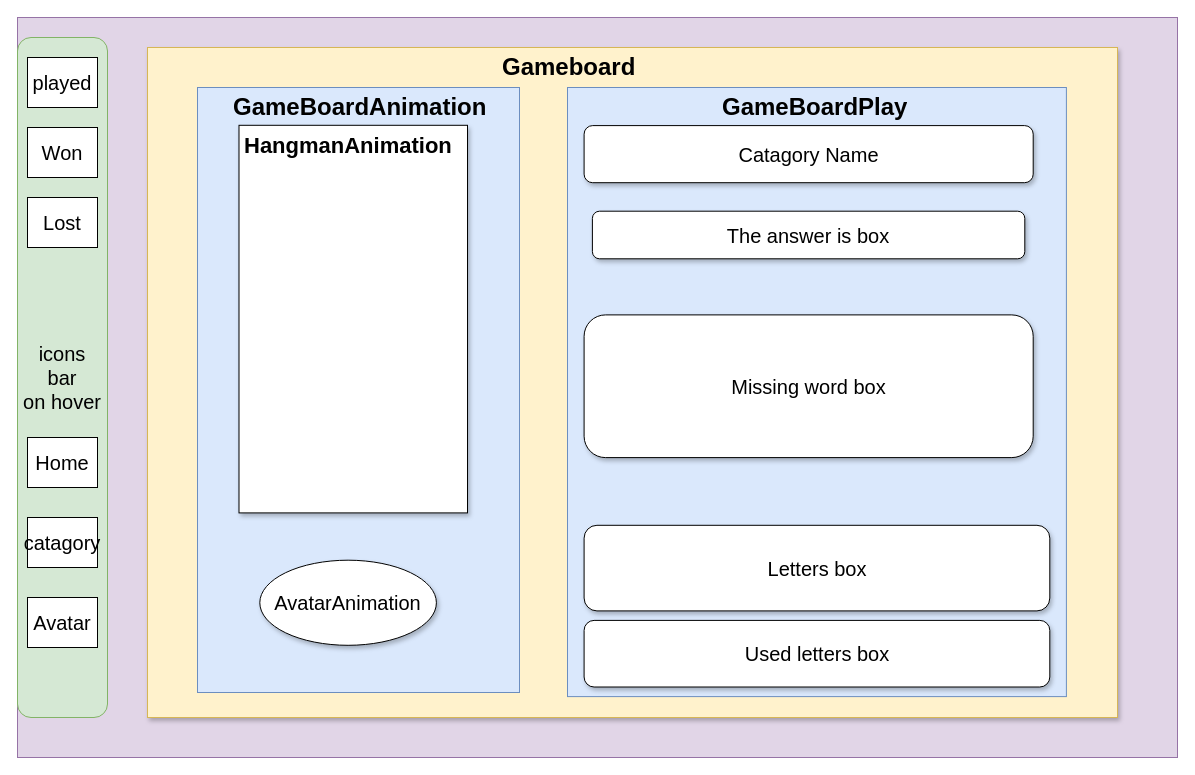
Before: page "game board" (1 of 3) of planing/xdc.drawio in t-bendet/potter-hangman, a draw.io diagram. Source tidied: cells renumbered, new cells numbered last; positions are measured from the earlier drawing's top-left corner, leaving out a move shared by most shapes. Both pictures are drawn from the tidied source at 100%, with x=0, y=0 at pixel (17, 17).
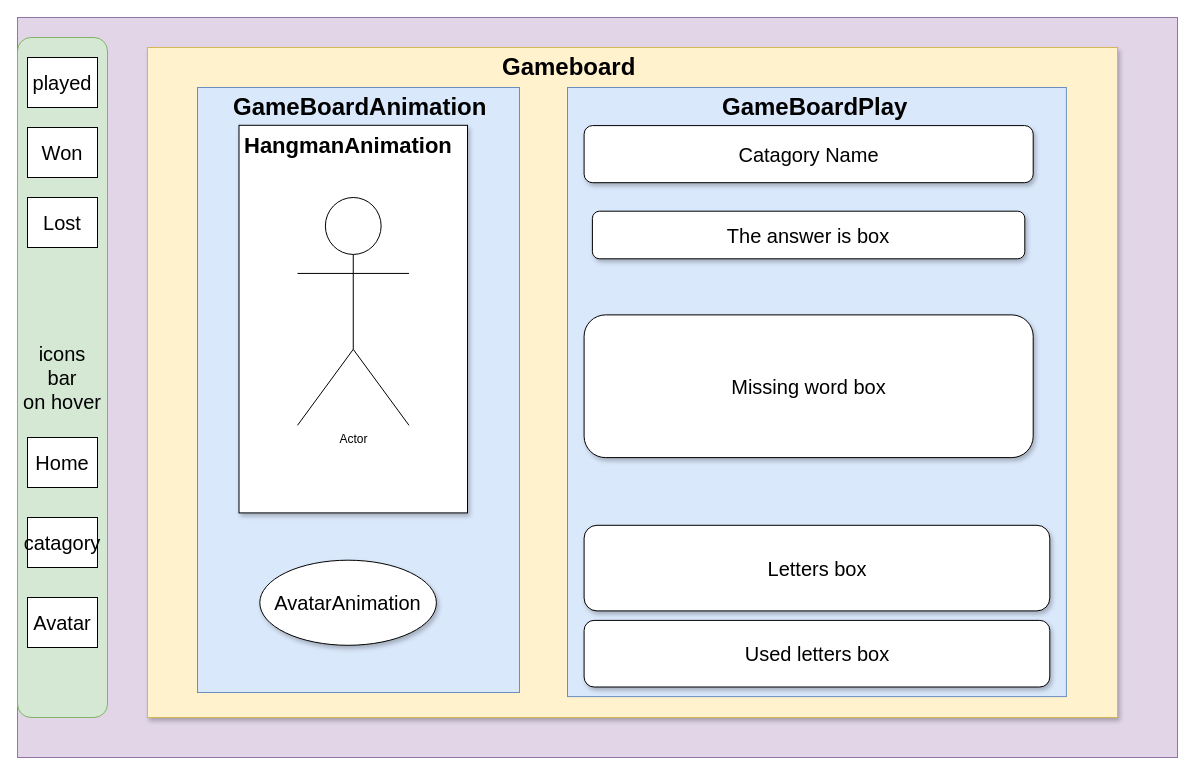
The same page after the edit.

Unchanged cells that the change refers to:
```xml
<mxCell id="12" style="rounded=0;whiteSpace=wrap;html=1;fontSize=20;align=center;verticalAlign=middle;direction=south;shadow=1;glass=0;" parent="11" vertex="1">
  <mxGeometry x="41.5" y="37.8" width="228.5" height="387.6" as="geometry" />
</mxCell>
```

Change to the diagram source:
```diff
@@
+    <mxCell id="25" value="Actor" style="shape=umlActor;verticalLabelPosition=bottom;verticalAlign=top;html=1;" parent="12" vertex="1">
+      <mxGeometry x="58.5" y="72.2" width="111.5" height="227.8" as="geometry" />
+    </mxCell>
```
